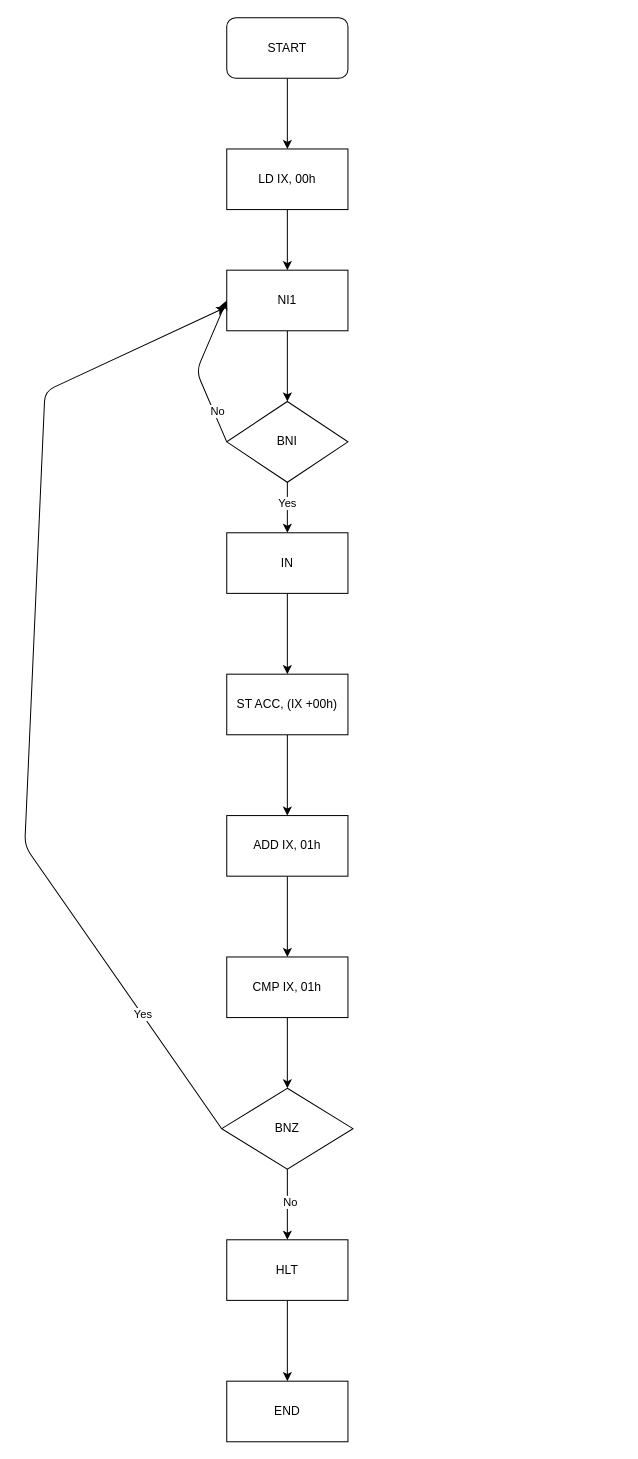
Earlier version of the draw.io diagram chip-a.dio (iammytoo/maikon-jikken). Source tidied: cells renumbered, new cells numbered last; positions are measured from the earlier drawing's top-left corner, leaving out a move shared by most shapes. Both pictures are drawn from the tidied source at 101%, with x=0, y=0 at pixel (24, 17).
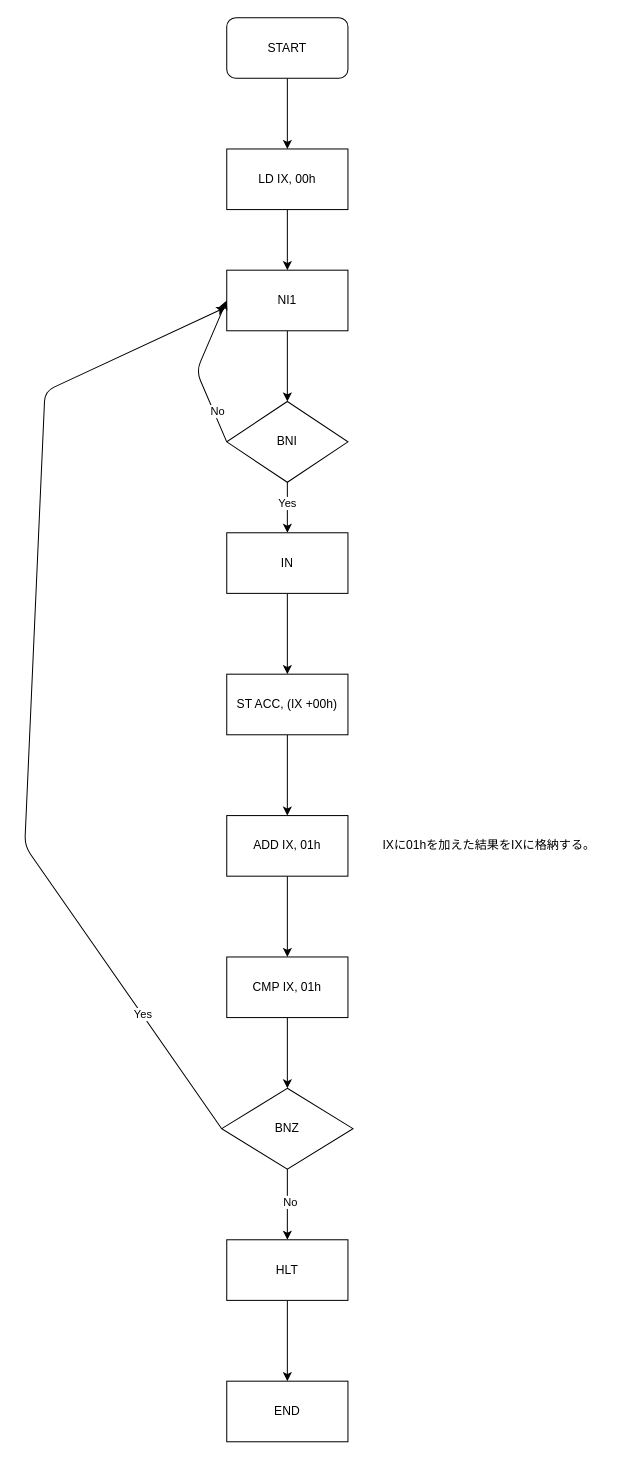
Above is the later version.

Commit message (it also covers changes not shown here):
ADD inst caption

Change to the diagram source:
```diff
@@
+    <mxCell id="29" value="IXに01hを加えた結果をIXに格納する。" style="text;html=1;strokeColor=none;fillColor=none;align=center;verticalAlign=middle;whiteSpace=wrap;rounded=0;" parent="1" vertex="1">
+      <mxGeometry x="330" y="805" width="260" height="30" as="geometry" />
+    </mxCell>
```
